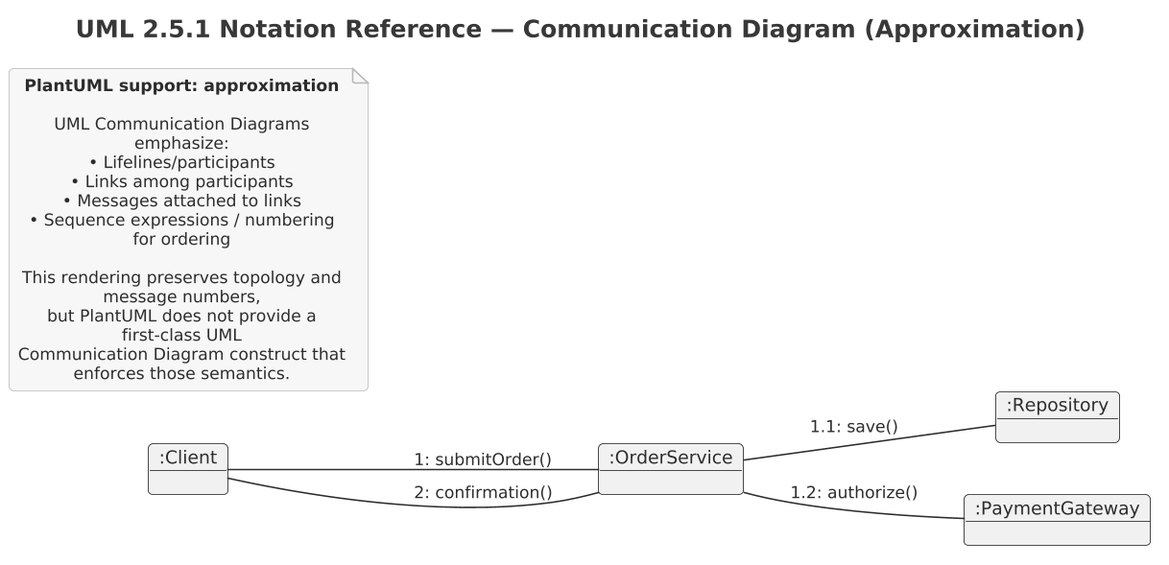
The PlantUML diagram src/architecture/uml/uml-2-5-1-legend/png/09-communication-approximation.png in Notoriousjayy/latex-docs, before a commit. The source it was exported from:
```plantuml
@startuml

skinparam dpi 150



!include ../../../../tooling/styles/plantuml/interaction/communication-diagram-style.iuml

title UML 2.5.1 Notation Reference — Communication Diagram (Approximation)
left to right direction
skinparam monochrome true

object ":Client" as CommClient
object ":OrderService" as CommService
object ":Repository" as CommRepo
object ":PaymentGateway" as CommGateway

CommClient -- CommService : 1: submitOrder()
CommService -- CommRepo : 1.1: save()
CommService -- CommGateway : 1.2: authorize()
CommService -- CommClient : 2: confirmation()

note as CommunicationLimitations
  <b>PlantUML support: approximation</b>

  UML Communication Diagrams emphasize:
  • Lifelines/participants
  • Links among participants
  • Messages attached to links
  • Sequence expressions / numbering for ordering

  This rendering preserves topology and message numbers,
  but PlantUML does not provide a first-class UML
  Communication Diagram construct that enforces those semantics.
end note
@enduml
```
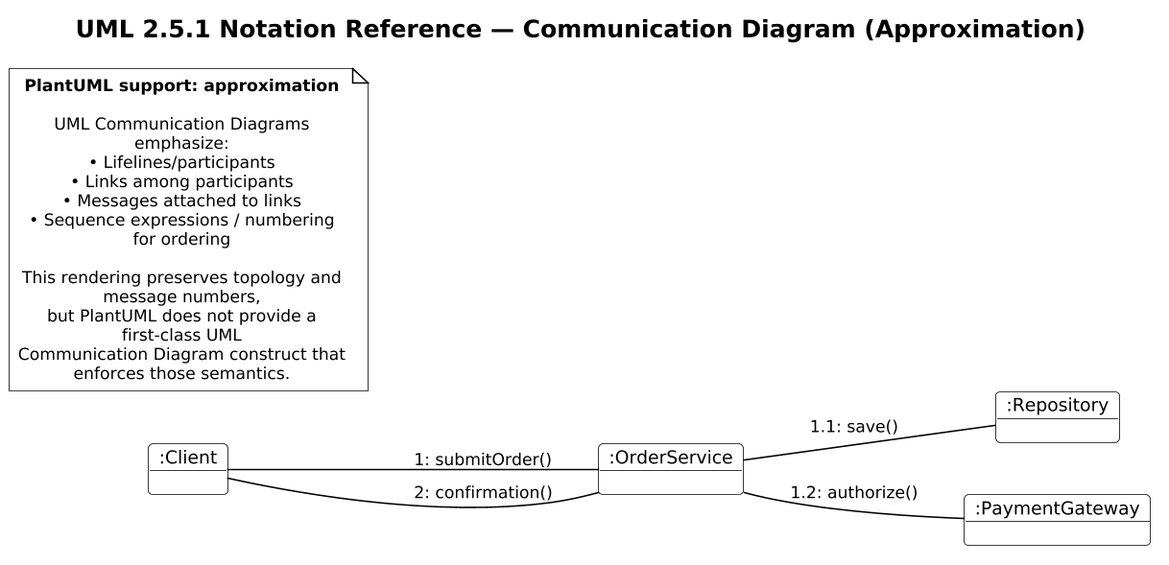
Above is the later version.

The edit, as a diff of the source:
```diff
@@ -1,6 +1,6 @@
 @startuml
 
-skinparam dpi 150
+scale 1.5625
 
 
 
@@ -8,7 +8,7 @@
 
 title UML 2.5.1 Notation Reference — Communication Diagram (Approximation)
 left to right direction
-skinparam monochrome true
+UML_MONOCHROME()
 
 object ":Client" as CommClient
 object ":OrderService" as CommService
```
